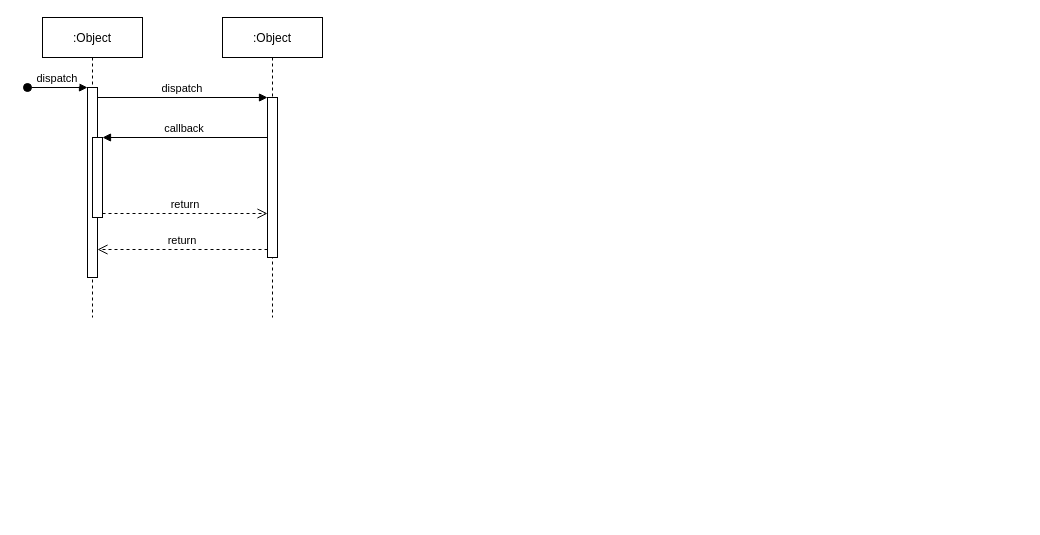
The draw.io diagram files/Receiver_mobile.drawio in yshaojie/drawio, before the edit. Source tidied: cells renumbered, new cells numbered last; positions are measured from the earlier drawing's top-left corner, leaving out a move shared by most shapes. Both pictures are drawn from the tidied source at 100%, with x=0, y=0 at pixel (27, 17).
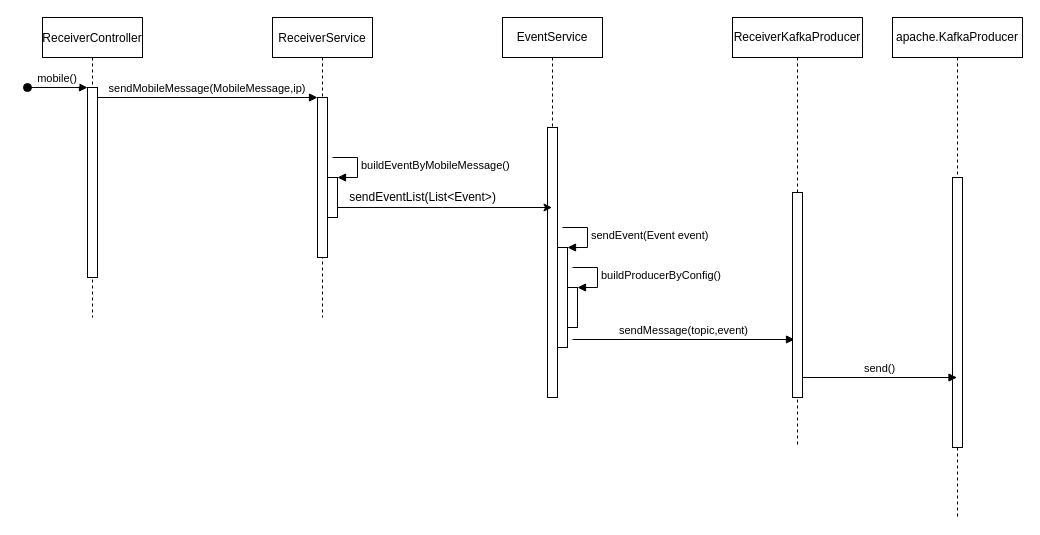
Above is the later version.

The change refers to these unchanged cells:
```xml
<mxCell id="3" style="points=[];perimeter=orthogonalPerimeter;rounded=0;shadow=0;strokeWidth=1;" parent="2" vertex="1">
  <mxGeometry x="45" y="70" width="10" height="190" as="geometry" />
</mxCell>
<mxCell id="7" style="points=[];perimeter=orthogonalPerimeter;rounded=0;shadow=0;strokeWidth=1;" parent="6" vertex="1">
  <mxGeometry x="45" y="80" width="10" height="160" as="geometry" />
</mxCell>
```

The edit, as a diff of the source:
```diff
@@
-    <mxCell id="2" value=":Object" style="shape=umlLifeline;perimeter=lifelinePerimeter;rounded=0;shadow=0;strokeWidth=1;" parent="1" vertex="1">
+    <mxCell id="2" value="ReceiverController" style="shape=umlLifeline;perimeter=lifelinePerimeter;rounded=0;shadow=0;strokeWidth=1;" parent="1" vertex="1">
       <mxGeometry x="15" width="100" height="300" as="geometry" />
     </mxCell>
@@
-    <mxCell id="4" value="dispatch" style="verticalAlign=bottom;startArrow=oval;endArrow=block;startSize=8;shadow=0;strokeWidth=1;" parent="2" edge="1" target="3">
+    <mxCell id="4" value="mobile()" style="verticalAlign=bottom;startArrow=oval;endArrow=block;startSize=8;shadow=0;strokeWidth=1;" parent="2" edge="1" target="3">
       <mxGeometry relative="1" as="geometry">
         <mxPoint x="-15" y="70" as="sourcePoint" />
       </mxGeometry>
     </mxCell>
-    <mxCell id="5" style="points=[];perimeter=orthogonalPerimeter;rounded=0;shadow=0;strokeWidth=1;" parent="2" vertex="1">
-      <mxGeometry x="50" y="120" width="10" height="80" as="geometry" />
-    </mxCell>
-    <mxCell id="6" value=":Object" style="shape=umlLifeline;perimeter=lifelinePerimeter;rounded=0;shadow=0;strokeWidth=1;" parent="1" vertex="1">
-      <mxGeometry x="195" width="100" height="300" as="geometry" />
+    <mxCell id="6" value="ReceiverService" style="shape=umlLifeline;perimeter=lifelinePerimeter;rounded=0;shadow=0;strokeWidth=1;" parent="1" vertex="1">
+      <mxGeometry x="245" width="100" height="300" as="geometry" />
     </mxCell>
@@
-    <mxCell id="8" value="return" style="verticalAlign=bottom;endArrow=open;dashed=1;endSize=8;exitX=0;exitY=0.95;shadow=0;strokeWidth=1;" parent="1" edge="1" source="7" target="3">
-      <mxGeometry relative="1" as="geometry" />
-    </mxCell>
+    <mxCell id="12" style="html=1;points=[];perimeter=orthogonalPerimeter;" parent="6" vertex="1">
+      <mxGeometry x="55" y="160" width="10" height="40" as="geometry" />
+    </mxCell>
+    <mxCell id="13" value="buildEventByMobileMessage()" style="edgeStyle=orthogonalEdgeStyle;html=1;align=left;spacingLeft=2;endArrow=block;rounded=0;entryX=1;entryY=0;" parent="6" edge="1" target="12">
+      <mxGeometry relative="1" as="geometry">
+        <mxPoint x="60" y="140" as="sourcePoint" />
+        <Array as="points">
+          <mxPoint x="85" y="140" />
+        </Array>
+      </mxGeometry>
+    </mxCell>
-    <mxCell id="9" value="dispatch" style="verticalAlign=bottom;endArrow=block;entryX=0;entryY=0;shadow=0;strokeWidth=1;" parent="1" edge="1" source="3" target="7">
+    <mxCell id="9" value="sendMobileMessage(MobileMessage,ip)" style="verticalAlign=bottom;endArrow=block;entryX=0;entryY=0;shadow=0;strokeWidth=1;" parent="1" edge="1" source="3" target="7">
       <mxGeometry relative="1" as="geometry" />
     </mxCell>
-    <mxCell id="10" value="callback" style="verticalAlign=bottom;endArrow=block;entryX=1;entryY=0;shadow=0;strokeWidth=1;" parent="1" edge="1" source="7" target="5">
-      <mxGeometry relative="1" as="geometry" />
-    </mxCell>
-    <mxCell id="11" value="return" style="verticalAlign=bottom;endArrow=open;dashed=1;endSize=8;exitX=1;exitY=0.95;shadow=0;strokeWidth=1;" parent="1" edge="1" source="5" target="7">
-      <mxGeometry relative="1" as="geometry" />
-    </mxCell>
+    <mxCell id="14" value="EventService" style="shape=umlLifeline;perimeter=lifelinePerimeter;whiteSpace=wrap;html=1;outlineConnect=0;" parent="1" vertex="1">
+      <mxGeometry x="475" width="100" height="380" as="geometry" />
+    </mxCell>
+    <mxCell id="15" style="html=1;perimeter=orthogonalPerimeter;" parent="14" vertex="1">
+      <mxGeometry x="45" y="110" width="10" height="270" as="geometry" />
+    </mxCell>
+    <mxCell id="16" style="html=1;points=[];perimeter=orthogonalPerimeter;" parent="14" vertex="1">
+      <mxGeometry x="55" y="230" width="10" height="100" as="geometry" />
+    </mxCell>
+    <mxCell id="17" value="sendEvent(Event event)" style="edgeStyle=orthogonalEdgeStyle;html=1;align=left;spacingLeft=2;endArrow=block;rounded=0;entryX=1;entryY=0;" parent="14" edge="1" target="16">
+      <mxGeometry relative="1" as="geometry">
+        <mxPoint x="60" y="210" as="sourcePoint" />
+        <Array as="points">
+          <mxPoint x="85" y="210" />
+        </Array>
+      </mxGeometry>
+    </mxCell>
+    <mxCell id="18" style="html=1;points=[];perimeter=orthogonalPerimeter;" parent="14" vertex="1">
+      <mxGeometry x="65" y="270" width="10" height="40" as="geometry" />
+    </mxCell>
+    <mxCell id="19" value="buildProducerByConfig()" style="edgeStyle=orthogonalEdgeStyle;html=1;align=left;spacingLeft=2;endArrow=block;rounded=0;entryX=1;entryY=0;" parent="14" edge="1" target="18">
+      <mxGeometry relative="1" as="geometry">
+        <mxPoint x="70" y="250" as="sourcePoint" />
+        <Array as="points">
+          <mxPoint x="95" y="250" />
+        </Array>
+      </mxGeometry>
+    </mxCell>
+    <mxCell id="20" value="sendMessage(topic,event)" style="html=1;verticalAlign=bottom;endArrow=block;entryX=0.2;entryY=0.717;entryDx=0;entryDy=0;entryPerimeter=0;" parent="14" edge="1" target="24">
+      <mxGeometry relative="1" as="geometry">
+        <mxPoint x="70" y="322" as="sourcePoint" />
+      </mxGeometry>
+    </mxCell>
+    <mxCell id="21" style="edgeStyle=orthogonalEdgeStyle;rounded=0;jettySize=auto;html=1;" parent="1" edge="1" source="12" target="14">
+      <mxGeometry relative="1" as="geometry">
+        <Array as="points">
+          <mxPoint x="415" y="190" />
+          <mxPoint x="415" y="190" />
+        </Array>
+      </mxGeometry>
+    </mxCell>
+    <mxCell id="22" value="sendEventList(List&amp;lt;Event&amp;gt;)" style="text;html=1;align=center;verticalAlign=middle;" parent="1" vertex="1">
+      <mxGeometry x="315" y="170" width="160" height="20" as="geometry" />
+    </mxCell>
+    <mxCell id="23" value="ReceiverKafkaProducer" style="shape=umlLifeline;perimeter=lifelinePerimeter;whiteSpace=wrap;html=1;" parent="1" vertex="1">
+      <mxGeometry x="705" width="130" height="430" as="geometry" />
+    </mxCell>
+    <mxCell id="24" style="html=1;points=[];perimeter=orthogonalPerimeter;" parent="23" vertex="1">
+      <mxGeometry x="60" y="175" width="10" height="205" as="geometry" />
+    </mxCell>
+    <mxCell id="25" value="apache.KafkaProducer" style="shape=umlLifeline;perimeter=lifelinePerimeter;whiteSpace=wrap;html=1;outlineConnect=0;" parent="1" vertex="1">
+      <mxGeometry x="865" width="130" height="500" as="geometry" />
+    </mxCell>
+    <mxCell id="26" style="html=1;perimeter=orthogonalPerimeter;" parent="25" vertex="1">
+      <mxGeometry x="60" y="160" width="10" height="270" as="geometry" />
+    </mxCell>
+    <mxCell id="27" value="send()" style="html=1;verticalAlign=bottom;endArrow=block;" parent="1" edge="1" target="25">
+      <mxGeometry relative="1" as="geometry">
+        <mxPoint x="775" y="360" as="sourcePoint" />
+      </mxGeometry>
+    </mxCell>
```
